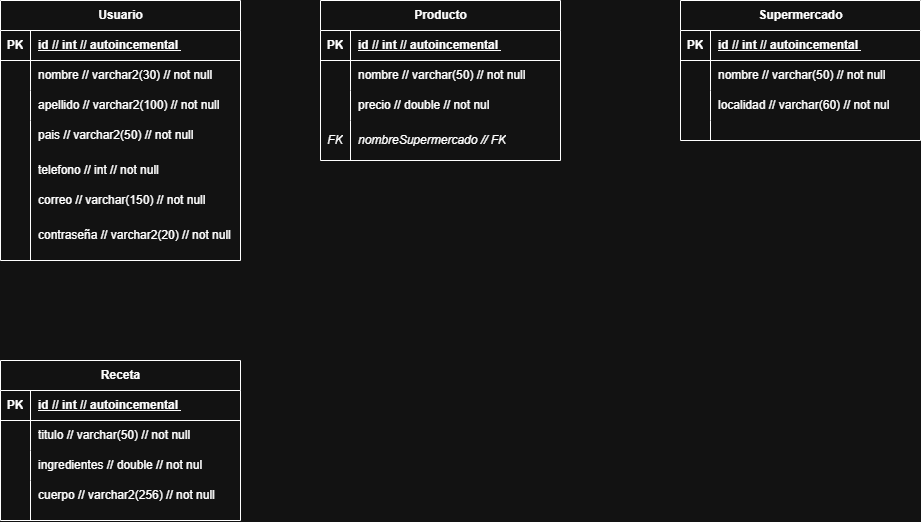
The draw.io diagram diagramas/diagrama-bbdd.png in Jootgitoo/proyecto-final, before a commit. Source tidied: cells renumbered, new cells last; positions are measured from the earlier drawing's top-left corner, leaving out a move shared by most shapes. The source it was exported from:
```xml
<mxGraphModel>
  <root>
    <mxCell id="0" />
    <mxCell id="1" parent="0" />
    <mxCell id="2" value="Producto" style="shape=table;startSize=30;rowLines=0;fontStyle=1;align=center;html=1;" parent="1" vertex="1">
      <mxGeometry x="320" width="240" height="160" as="geometry" />
    </mxCell>
    <mxCell id="3" style="shape=tableRow;horizontal=0;startSize=0;swimlaneHead=0;swimlaneBody=0;fillColor=none;top=0;left=0;right=0;bottom=1;" parent="2" vertex="1">
      <mxGeometry y="30" width="240" height="30" as="geometry" />
    </mxCell>
    <mxCell id="4" value="PK" style="shape=partialRectangle;fillColor=none;top=0;left=0;bottom=0;right=0;fontStyle=1;overflow=hidden;whiteSpace=wrap;html=1;" parent="3" vertex="1">
      <mxGeometry width="30" height="30" as="geometry" />
    </mxCell>
    <mxCell id="5" value="id // int // autoincemental&amp;nbsp;" style="shape=partialRectangle;fillColor=none;top=0;left=0;bottom=0;right=0;align=left;spacingLeft=6;fontStyle=5;overflow=hidden;whiteSpace=wrap;html=1;" parent="3" vertex="1">
      <mxGeometry x="30" width="210" height="30" as="geometry" />
    </mxCell>
    <mxCell id="6" style="shape=tableRow;horizontal=0;startSize=0;swimlaneHead=0;swimlaneBody=0;fillColor=none;top=0;left=0;right=0;bottom=0;" parent="2" vertex="1">
      <mxGeometry y="60" width="240" height="30" as="geometry" />
    </mxCell>
    <mxCell id="7" style="shape=partialRectangle;fillColor=none;top=0;left=0;bottom=0;right=0;overflow=hidden;whiteSpace=wrap;html=1;" parent="6" vertex="1">
      <mxGeometry width="30" height="30" as="geometry" />
    </mxCell>
    <mxCell id="8" value="nombre // varchar(50) // not null" style="shape=partialRectangle;fillColor=none;top=0;left=0;bottom=0;right=0;align=left;spacingLeft=6;overflow=hidden;whiteSpace=wrap;html=1;" parent="6" vertex="1">
      <mxGeometry x="30" width="210" height="30" as="geometry" />
    </mxCell>
    <mxCell id="9" style="shape=tableRow;horizontal=0;startSize=0;swimlaneHead=0;swimlaneBody=0;fillColor=none;top=0;left=0;right=0;bottom=0;" parent="2" vertex="1">
      <mxGeometry y="90" width="240" height="30" as="geometry" />
    </mxCell>
    <mxCell id="10" style="shape=partialRectangle;fillColor=none;top=0;left=0;bottom=0;right=0;overflow=hidden;whiteSpace=wrap;html=1;" parent="9" vertex="1">
      <mxGeometry width="30" height="30" as="geometry" />
    </mxCell>
    <mxCell id="11" style="shape=partialRectangle;fillColor=none;top=0;left=0;bottom=0;right=0;align=left;spacingLeft=6;overflow=hidden;whiteSpace=wrap;html=1;" parent="9" vertex="1">
      <mxGeometry x="30" width="210" height="30" as="geometry" />
    </mxCell>
    <mxCell id="12" style="shape=tableRow;horizontal=0;startSize=0;swimlaneHead=0;swimlaneBody=0;fillColor=none;top=0;left=0;right=0;bottom=0;" parent="2" vertex="1">
      <mxGeometry y="120" width="240" height="40" as="geometry" />
    </mxCell>
    <mxCell id="13" value="&lt;i&gt;FK&lt;/i&gt;" style="shape=partialRectangle;fillColor=none;top=0;left=0;bottom=0;right=0;overflow=hidden;whiteSpace=wrap;html=1;" parent="12" vertex="1">
      <mxGeometry width="30" height="40" as="geometry" />
    </mxCell>
    <mxCell id="14" style="shape=partialRectangle;fillColor=none;top=0;left=0;bottom=0;right=0;align=left;spacingLeft=6;overflow=hidden;whiteSpace=wrap;html=1;" parent="12" vertex="1">
      <mxGeometry x="30" width="210" height="40" as="geometry" />
    </mxCell>
    <mxCell id="15" value="&lt;i&gt;nombreSupermercado // FK&lt;/i&gt;" style="shape=partialRectangle;fillColor=none;top=0;left=0;bottom=0;right=0;align=left;spacingLeft=6;overflow=hidden;whiteSpace=wrap;html=1;" parent="1" vertex="1">
      <mxGeometry x="350" y="125" width="210" height="30" as="geometry" />
    </mxCell>
    <mxCell id="16" value="precio // double // not nul" style="shape=partialRectangle;fillColor=none;top=0;left=0;bottom=0;right=0;align=left;spacingLeft=6;overflow=hidden;whiteSpace=wrap;html=1;" parent="1" vertex="1">
      <mxGeometry x="350" y="90" width="210" height="30" as="geometry" />
    </mxCell>
    <mxCell id="17" value="Supermercado" style="shape=table;startSize=30;rowLines=0;fontStyle=1;align=center;html=1;" parent="1" vertex="1">
      <mxGeometry x="680" width="240" height="140" as="geometry" />
    </mxCell>
    <mxCell id="18" style="shape=tableRow;horizontal=0;startSize=0;swimlaneHead=0;swimlaneBody=0;fillColor=none;top=0;left=0;right=0;bottom=1;" parent="17" vertex="1">
      <mxGeometry y="30" width="240" height="30" as="geometry" />
    </mxCell>
    <mxCell id="19" value="PK" style="shape=partialRectangle;fillColor=none;top=0;left=0;bottom=0;right=0;fontStyle=1;overflow=hidden;whiteSpace=wrap;html=1;" parent="18" vertex="1">
      <mxGeometry width="30" height="30" as="geometry" />
    </mxCell>
    <mxCell id="20" value="id // int // autoincemental&amp;nbsp;" style="shape=partialRectangle;fillColor=none;top=0;left=0;bottom=0;right=0;align=left;spacingLeft=6;fontStyle=5;overflow=hidden;whiteSpace=wrap;html=1;" parent="18" vertex="1">
      <mxGeometry x="30" width="210" height="30" as="geometry" />
    </mxCell>
    <mxCell id="21" style="shape=tableRow;horizontal=0;startSize=0;swimlaneHead=0;swimlaneBody=0;fillColor=none;top=0;left=0;right=0;bottom=0;" parent="17" vertex="1">
      <mxGeometry y="60" width="240" height="30" as="geometry" />
    </mxCell>
    <mxCell id="22" style="shape=partialRectangle;fillColor=none;top=0;left=0;bottom=0;right=0;overflow=hidden;whiteSpace=wrap;html=1;" parent="21" vertex="1">
      <mxGeometry width="30" height="30" as="geometry" />
    </mxCell>
    <mxCell id="23" value="nombre // varchar(50) // not null" style="shape=partialRectangle;fillColor=none;top=0;left=0;bottom=0;right=0;align=left;spacingLeft=6;overflow=hidden;whiteSpace=wrap;html=1;" parent="21" vertex="1">
      <mxGeometry x="30" width="210" height="30" as="geometry" />
    </mxCell>
    <mxCell id="24" style="shape=tableRow;horizontal=0;startSize=0;swimlaneHead=0;swimlaneBody=0;fillColor=none;top=0;left=0;right=0;bottom=0;" parent="17" vertex="1">
      <mxGeometry y="90" width="240" height="30" as="geometry" />
    </mxCell>
    <mxCell id="25" style="shape=partialRectangle;fillColor=none;top=0;left=0;bottom=0;right=0;overflow=hidden;whiteSpace=wrap;html=1;" parent="24" vertex="1">
      <mxGeometry width="30" height="30" as="geometry" />
    </mxCell>
    <mxCell id="26" style="shape=partialRectangle;fillColor=none;top=0;left=0;bottom=0;right=0;align=left;spacingLeft=6;overflow=hidden;whiteSpace=wrap;html=1;" parent="24" vertex="1">
      <mxGeometry x="30" width="210" height="30" as="geometry" />
    </mxCell>
    <mxCell id="27" style="shape=tableRow;horizontal=0;startSize=0;swimlaneHead=0;swimlaneBody=0;fillColor=none;top=0;left=0;right=0;bottom=0;" parent="17" vertex="1">
      <mxGeometry y="120" width="240" height="20" as="geometry" />
    </mxCell>
    <mxCell id="28" style="shape=partialRectangle;fillColor=none;top=0;left=0;bottom=0;right=0;overflow=hidden;whiteSpace=wrap;html=1;" parent="27" vertex="1">
      <mxGeometry width="30" height="20" as="geometry" />
    </mxCell>
    <mxCell id="29" style="shape=partialRectangle;fillColor=none;top=0;left=0;bottom=0;right=0;align=left;spacingLeft=6;overflow=hidden;whiteSpace=wrap;html=1;" parent="27" vertex="1">
      <mxGeometry x="30" width="210" height="20" as="geometry" />
    </mxCell>
    <mxCell id="30" value="localidad // varchar(60) // not nul" style="shape=partialRectangle;fillColor=none;top=0;left=0;bottom=0;right=0;align=left;spacingLeft=6;overflow=hidden;whiteSpace=wrap;html=1;" parent="1" vertex="1">
      <mxGeometry x="710" y="90" width="210" height="30" as="geometry" />
    </mxCell>
    <mxCell id="31" value="Receta" style="shape=table;startSize=30;rowLines=0;fontStyle=1;align=center;html=1;" parent="1" vertex="1">
      <mxGeometry y="360" width="240" height="160" as="geometry" />
    </mxCell>
    <mxCell id="32" style="shape=tableRow;horizontal=0;startSize=0;swimlaneHead=0;swimlaneBody=0;fillColor=none;top=0;left=0;right=0;bottom=1;" parent="31" vertex="1">
      <mxGeometry y="30" width="240" height="30" as="geometry" />
    </mxCell>
    <mxCell id="33" value="PK" style="shape=partialRectangle;fillColor=none;top=0;left=0;bottom=0;right=0;fontStyle=1;overflow=hidden;whiteSpace=wrap;html=1;" parent="32" vertex="1">
      <mxGeometry width="30" height="30" as="geometry" />
    </mxCell>
    <mxCell id="34" value="id // int // autoincemental&amp;nbsp;" style="shape=partialRectangle;fillColor=none;top=0;left=0;bottom=0;right=0;align=left;spacingLeft=6;fontStyle=5;overflow=hidden;whiteSpace=wrap;html=1;" parent="32" vertex="1">
      <mxGeometry x="30" width="210" height="30" as="geometry" />
    </mxCell>
    <mxCell id="35" style="shape=tableRow;horizontal=0;startSize=0;swimlaneHead=0;swimlaneBody=0;fillColor=none;top=0;left=0;right=0;bottom=0;" parent="31" vertex="1">
      <mxGeometry y="60" width="240" height="30" as="geometry" />
    </mxCell>
    <mxCell id="36" style="shape=partialRectangle;fillColor=none;top=0;left=0;bottom=0;right=0;overflow=hidden;whiteSpace=wrap;html=1;" parent="35" vertex="1">
      <mxGeometry width="30" height="30" as="geometry" />
    </mxCell>
    <mxCell id="37" value="titulo // varchar(50) // not null" style="shape=partialRectangle;fillColor=none;top=0;left=0;bottom=0;right=0;align=left;spacingLeft=6;overflow=hidden;whiteSpace=wrap;html=1;" parent="35" vertex="1">
      <mxGeometry x="30" width="210" height="30" as="geometry" />
    </mxCell>
    <mxCell id="38" style="shape=tableRow;horizontal=0;startSize=0;swimlaneHead=0;swimlaneBody=0;fillColor=none;top=0;left=0;right=0;bottom=0;" parent="31" vertex="1">
      <mxGeometry y="90" width="240" height="30" as="geometry" />
    </mxCell>
    <mxCell id="39" style="shape=partialRectangle;fillColor=none;top=0;left=0;bottom=0;right=0;overflow=hidden;whiteSpace=wrap;html=1;" parent="38" vertex="1">
      <mxGeometry width="30" height="30" as="geometry" />
    </mxCell>
    <mxCell id="40" style="shape=partialRectangle;fillColor=none;top=0;left=0;bottom=0;right=0;align=left;spacingLeft=6;overflow=hidden;whiteSpace=wrap;html=1;" parent="38" vertex="1">
      <mxGeometry x="30" width="210" height="30" as="geometry" />
    </mxCell>
    <mxCell id="41" style="shape=tableRow;horizontal=0;startSize=0;swimlaneHead=0;swimlaneBody=0;fillColor=none;top=0;left=0;right=0;bottom=0;" parent="31" vertex="1">
      <mxGeometry y="120" width="240" height="40" as="geometry" />
    </mxCell>
    <mxCell id="42" style="shape=partialRectangle;fillColor=none;top=0;left=0;bottom=0;right=0;overflow=hidden;whiteSpace=wrap;html=1;" parent="41" vertex="1">
      <mxGeometry width="30" height="40" as="geometry" />
    </mxCell>
    <mxCell id="43" style="shape=partialRectangle;fillColor=none;top=0;left=0;bottom=0;right=0;align=left;spacingLeft=6;overflow=hidden;whiteSpace=wrap;html=1;" parent="41" vertex="1">
      <mxGeometry x="30" width="210" height="40" as="geometry" />
    </mxCell>
    <mxCell id="44" value="cuerpo // varchar2(256) // not null" style="shape=partialRectangle;fillColor=none;top=0;left=0;bottom=0;right=0;align=left;spacingLeft=6;overflow=hidden;whiteSpace=wrap;html=1;" parent="1" vertex="1">
      <mxGeometry x="30" y="480" width="210" height="30" as="geometry" />
    </mxCell>
    <mxCell id="45" value="ingredientes // double // not nul" style="shape=partialRectangle;fillColor=none;top=0;left=0;bottom=0;right=0;align=left;spacingLeft=6;overflow=hidden;whiteSpace=wrap;html=1;" parent="1" vertex="1">
      <mxGeometry x="30" y="450" width="210" height="30" as="geometry" />
    </mxCell>
    <mxCell id="46" value="Usuario" style="shape=table;startSize=30;rowLines=0;fontStyle=1;align=center;html=1;" parent="1" vertex="1">
      <mxGeometry width="240" height="260" as="geometry" />
    </mxCell>
    <mxCell id="47" style="shape=tableRow;horizontal=0;startSize=0;swimlaneHead=0;swimlaneBody=0;fillColor=none;top=0;left=0;right=0;bottom=1;" parent="46" vertex="1">
      <mxGeometry y="30" width="240" height="30" as="geometry" />
    </mxCell>
    <mxCell id="48" value="PK" style="shape=partialRectangle;fillColor=none;top=0;left=0;bottom=0;right=0;fontStyle=1;overflow=hidden;whiteSpace=wrap;html=1;" parent="47" vertex="1">
      <mxGeometry width="30" height="30" as="geometry" />
    </mxCell>
    <mxCell id="49" value="id // int // autoincemental&amp;nbsp;" style="shape=partialRectangle;fillColor=none;top=0;left=0;bottom=0;right=0;align=left;spacingLeft=6;fontStyle=5;overflow=hidden;whiteSpace=wrap;html=1;" parent="47" vertex="1">
      <mxGeometry x="30" width="210" height="30" as="geometry" />
    </mxCell>
    <mxCell id="50" style="shape=tableRow;horizontal=0;startSize=0;swimlaneHead=0;swimlaneBody=0;fillColor=none;top=0;left=0;right=0;bottom=0;" parent="46" vertex="1">
      <mxGeometry y="60" width="240" height="30" as="geometry" />
    </mxCell>
    <mxCell id="51" style="shape=partialRectangle;fillColor=none;top=0;left=0;bottom=0;right=0;overflow=hidden;whiteSpace=wrap;html=1;" parent="50" vertex="1">
      <mxGeometry width="30" height="30" as="geometry" />
    </mxCell>
    <mxCell id="52" value="nombre // varchar2(30) // not null" style="shape=partialRectangle;fillColor=none;top=0;left=0;bottom=0;right=0;align=left;spacingLeft=6;overflow=hidden;whiteSpace=wrap;html=1;" parent="50" vertex="1">
      <mxGeometry x="30" width="210" height="30" as="geometry" />
    </mxCell>
    <mxCell id="53" style="shape=tableRow;horizontal=0;startSize=0;swimlaneHead=0;swimlaneBody=0;fillColor=none;top=0;left=0;right=0;bottom=0;" parent="46" vertex="1">
      <mxGeometry y="90" width="240" height="30" as="geometry" />
    </mxCell>
    <mxCell id="54" style="shape=partialRectangle;fillColor=none;top=0;left=0;bottom=0;right=0;overflow=hidden;whiteSpace=wrap;html=1;" parent="53" vertex="1">
      <mxGeometry width="30" height="30" as="geometry" />
    </mxCell>
    <mxCell id="55" style="shape=partialRectangle;fillColor=none;top=0;left=0;bottom=0;right=0;align=left;spacingLeft=6;overflow=hidden;whiteSpace=wrap;html=1;" parent="53" vertex="1">
      <mxGeometry x="30" width="210" height="30" as="geometry" />
    </mxCell>
    <mxCell id="56" style="shape=tableRow;horizontal=0;startSize=0;swimlaneHead=0;swimlaneBody=0;fillColor=none;top=0;left=0;right=0;bottom=0;" parent="46" vertex="1">
      <mxGeometry y="120" width="240" height="140" as="geometry" />
    </mxCell>
    <mxCell id="57" style="shape=partialRectangle;fillColor=none;top=0;left=0;bottom=0;right=0;overflow=hidden;whiteSpace=wrap;html=1;" parent="56" vertex="1">
      <mxGeometry width="30" height="140" as="geometry" />
    </mxCell>
    <mxCell id="58" style="shape=partialRectangle;fillColor=none;top=0;left=0;bottom=0;right=0;align=left;spacingLeft=6;overflow=hidden;whiteSpace=wrap;html=1;" parent="56" vertex="1">
      <mxGeometry x="30" width="210" height="140" as="geometry" />
    </mxCell>
    <mxCell id="59" value="pais // varchar2(50) // not null" style="shape=partialRectangle;fillColor=none;top=0;left=0;bottom=0;right=0;align=left;spacingLeft=6;overflow=hidden;whiteSpace=wrap;html=1;" parent="1" vertex="1">
      <mxGeometry x="30" y="120" width="210" height="30" as="geometry" />
    </mxCell>
    <mxCell id="60" value="apellido // varchar2(100) // not null" style="shape=partialRectangle;fillColor=none;top=0;left=0;bottom=0;right=0;align=left;spacingLeft=6;overflow=hidden;whiteSpace=wrap;html=1;" parent="1" vertex="1">
      <mxGeometry x="30" y="90" width="210" height="30" as="geometry" />
    </mxCell>
    <mxCell id="61" value="telefono // int // not null" style="shape=partialRectangle;fillColor=none;top=0;left=0;bottom=0;right=0;align=left;spacingLeft=6;overflow=hidden;whiteSpace=wrap;html=1;" parent="1" vertex="1">
      <mxGeometry x="30" y="155" width="210" height="30" as="geometry" />
    </mxCell>
    <mxCell id="62" value="correo // varchar(150) // not null" style="shape=partialRectangle;fillColor=none;top=0;left=0;bottom=0;right=0;align=left;spacingLeft=6;overflow=hidden;whiteSpace=wrap;html=1;" parent="1" vertex="1">
      <mxGeometry x="30" y="185" width="210" height="30" as="geometry" />
    </mxCell>
    <mxCell id="63" value="contraseña // varchar2(20) // not null" style="shape=partialRectangle;fillColor=none;top=0;left=0;bottom=0;right=0;align=left;spacingLeft=6;overflow=hidden;whiteSpace=wrap;html=1;" parent="1" vertex="1">
      <mxGeometry x="30" y="220" width="210" height="30" as="geometry" />
    </mxCell>
  </root>
</mxGraphModel>
```
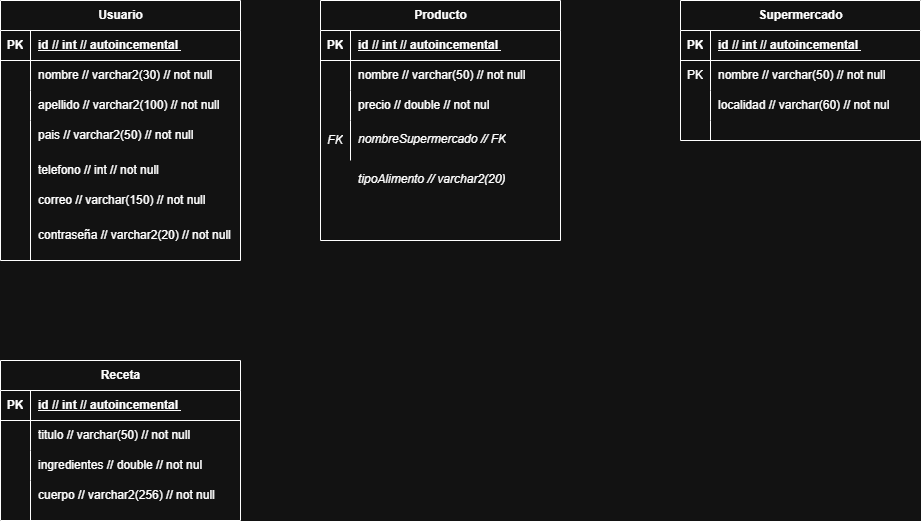
The same diagram one commit later.

The edit, as a diff of the source:
```diff
@@ -3,7 +3,7 @@
     <mxCell id="0" />
     <mxCell id="1" parent="0" />
     <mxCell id="2" value="Producto" style="shape=table;startSize=30;rowLines=0;fontStyle=1;align=center;html=1;" parent="1" vertex="1">
-      <mxGeometry x="320" width="240" height="160" as="geometry" />
+      <mxGeometry x="320" width="240" height="240" as="geometry" />
     </mxCell>
     <mxCell id="3" style="shape=tableRow;horizontal=0;startSize=0;swimlaneHead=0;swimlaneBody=0;fillColor=none;top=0;left=0;right=0;bottom=1;" parent="2" vertex="1">
       <mxGeometry y="30" width="240" height="30" as="geometry" />
@@ -42,7 +42,7 @@
       <mxGeometry x="30" width="210" height="40" as="geometry" />
     </mxCell>
     <mxCell id="15" value="&lt;i&gt;nombreSupermercado // FK&lt;/i&gt;" style="shape=partialRectangle;fillColor=none;top=0;left=0;bottom=0;right=0;align=left;spacingLeft=6;overflow=hidden;whiteSpace=wrap;html=1;" parent="1" vertex="1">
-      <mxGeometry x="350" y="125" width="210" height="30" as="geometry" />
+      <mxGeometry x="350" y="120" width="200" height="37.5" as="geometry" />
     </mxCell>
     <mxCell id="16" value="precio // double // not nul" style="shape=partialRectangle;fillColor=none;top=0;left=0;bottom=0;right=0;align=left;spacingLeft=6;overflow=hidden;whiteSpace=wrap;html=1;" parent="1" vertex="1">
       <mxGeometry x="350" y="90" width="210" height="30" as="geometry" />
@@ -62,7 +62,7 @@
     <mxCell id="21" style="shape=tableRow;horizontal=0;startSize=0;swimlaneHead=0;swimlaneBody=0;fillColor=none;top=0;left=0;right=0;bottom=0;" parent="17" vertex="1">
       <mxGeometry y="60" width="240" height="30" as="geometry" />
     </mxCell>
-    <mxCell id="22" style="shape=partialRectangle;fillColor=none;top=0;left=0;bottom=0;right=0;overflow=hidden;whiteSpace=wrap;html=1;" parent="21" vertex="1">
+    <mxCell id="22" value="PK" style="shape=partialRectangle;fillColor=none;top=0;left=0;bottom=0;right=0;overflow=hidden;whiteSpace=wrap;html=1;" parent="21" vertex="1">
       <mxGeometry width="30" height="30" as="geometry" />
     </mxCell>
     <mxCell id="23" value="nombre // varchar(50) // not null" style="shape=partialRectangle;fillColor=none;top=0;left=0;bottom=0;right=0;align=left;spacingLeft=6;overflow=hidden;whiteSpace=wrap;html=1;" parent="21" vertex="1">
@@ -188,5 +188,8 @@
     <mxCell id="63" value="contraseña // varchar2(20) // not null" style="shape=partialRectangle;fillColor=none;top=0;left=0;bottom=0;right=0;align=left;spacingLeft=6;overflow=hidden;whiteSpace=wrap;html=1;" parent="1" vertex="1">
       <mxGeometry x="30" y="220" width="210" height="30" as="geometry" />
     </mxCell>
+    <mxCell id="64" value="&lt;i&gt;tipoAlimento // varchar2(20)&lt;/i&gt;" style="shape=partialRectangle;fillColor=none;top=0;left=0;bottom=0;right=0;align=left;spacingLeft=6;overflow=hidden;whiteSpace=wrap;html=1;" parent="1" vertex="1">
+      <mxGeometry x="350" y="160" width="200" height="37.5" as="geometry" />
+    </mxCell>
   </root>
 </mxGraphModel>
```
